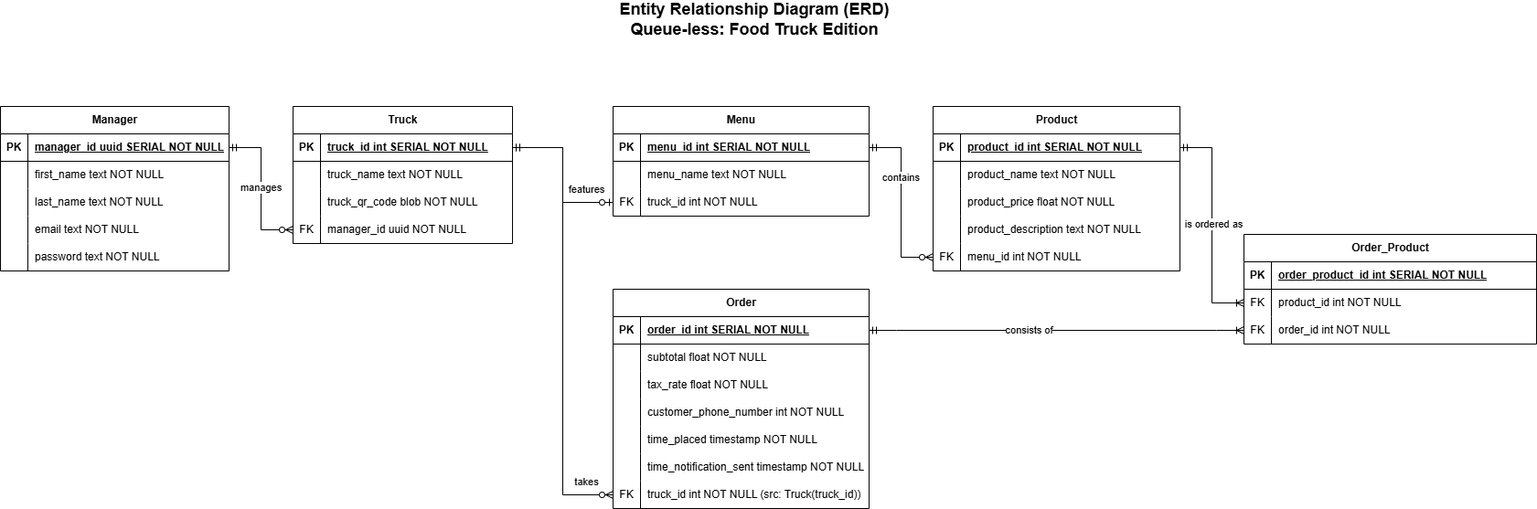
MasonKrause7/qless-host keeps this draw.io diagram as qless/documentation/ERD.png. Above is the earlier version. Source tidied: cells renumbered, new cells last; positions are measured from the earlier drawing's top-left corner, leaving out a move shared by most shapes.
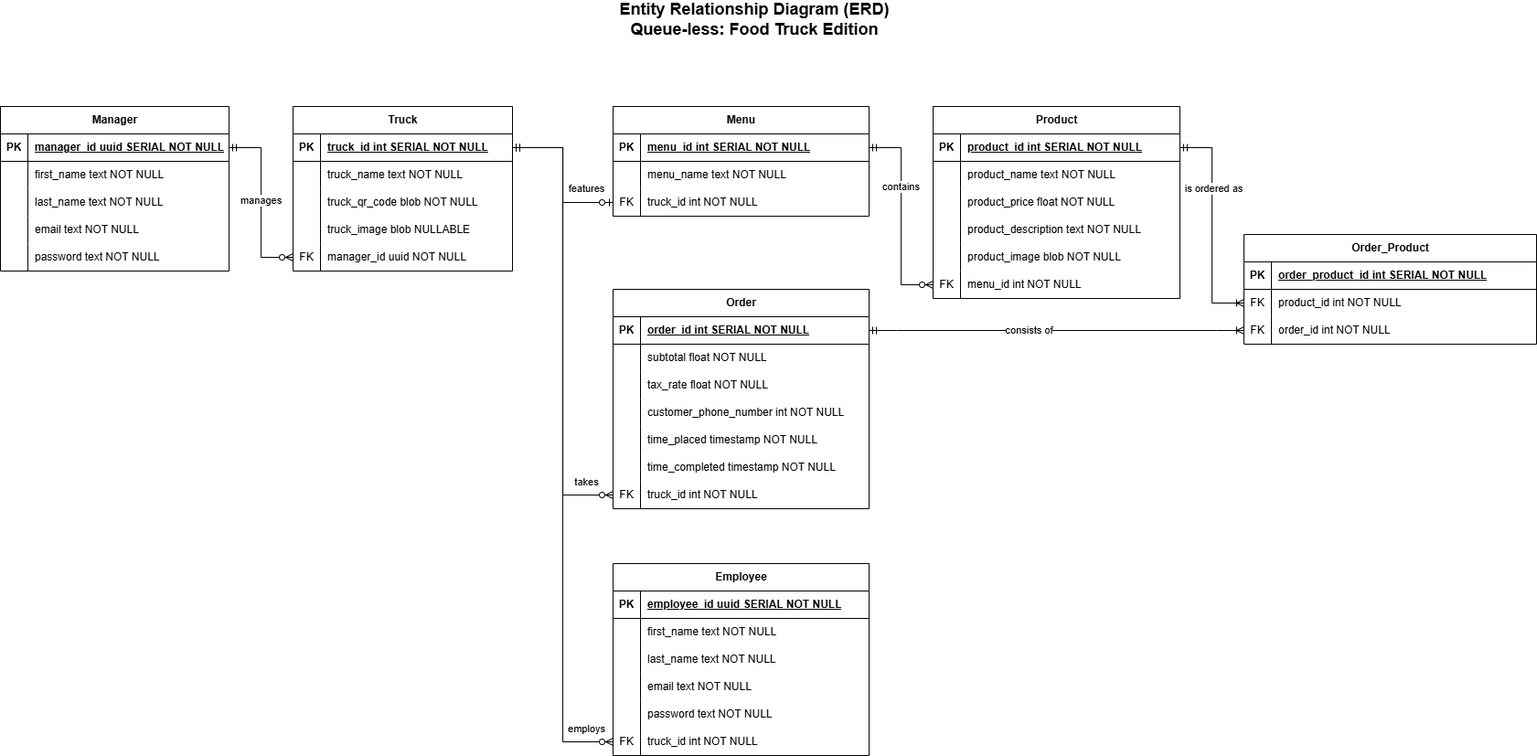
After the commit.

Change to the diagram source:
```diff
@@ -3,7 +3,7 @@
     <mxCell id="0" />
     <mxCell id="1" parent="0" />
     <mxCell id="2" value="Truck" style="shape=table;startSize=30;rowLines=0;fontStyle=1;align=center;html=1;" parent="1" vertex="1">
-      <mxGeometry x="320" y="110" width="240" height="150" as="geometry" />
+      <mxGeometry x="320" y="110" width="240" height="180" as="geometry" />
     </mxCell>
     <mxCell id="3" style="shape=tableRow;horizontal=0;startSize=0;swimlaneHead=0;swimlaneBody=0;fillColor=none;points=[[0,0.5],[1,0.5]];portConstraint=eastwest;top=0;left=0;right=0;bottom=1;" parent="2" vertex="1">
       <mxGeometry y="30" width="240" height="30" as="geometry" />
@@ -35,12 +35,21 @@
     <mxCell id="12" style="shape=tableRow;horizontal=0;startSize=0;swimlaneHead=0;swimlaneBody=0;fillColor=none;points=[[0,0.5],[1,0.5]];portConstraint=eastwest;top=0;left=0;right=0;bottom=0;" parent="2" vertex="1">
       <mxGeometry y="120" width="240" height="30" as="geometry" />
     </mxCell>
-    <mxCell id="13" value="FK" style="shape=partialRectangle;fillColor=none;top=0;left=0;bottom=0;right=0;overflow=hidden;whiteSpace=wrap;html=1;" parent="12" vertex="1">
+    <mxCell id="13" style="shape=partialRectangle;fillColor=none;top=0;left=0;bottom=0;right=0;overflow=hidden;whiteSpace=wrap;html=1;" parent="12" vertex="1">
       <mxGeometry width="30" height="30" as="geometry" />
     </mxCell>
-    <mxCell id="14" value="manager_id uuid NOT NULL" style="shape=partialRectangle;fillColor=none;top=0;left=0;bottom=0;right=0;align=left;spacingLeft=6;overflow=hidden;whiteSpace=wrap;html=1;" parent="12" vertex="1">
+    <mxCell id="14" value="truck_image blob NULLABLE" style="shape=partialRectangle;fillColor=none;top=0;left=0;bottom=0;right=0;align=left;spacingLeft=6;overflow=hidden;whiteSpace=wrap;html=1;" parent="12" vertex="1">
       <mxGeometry x="30" width="210" height="30" as="geometry" />
     </mxCell>
+    <mxCell id="102" style="shape=tableRow;horizontal=0;startSize=0;swimlaneHead=0;swimlaneBody=0;fillColor=none;points=[[0,0.5],[1,0.5]];portConstraint=eastwest;top=0;left=0;right=0;bottom=0;" parent="2" vertex="1">
+      <mxGeometry y="150" width="240" height="30" as="geometry" />
+    </mxCell>
+    <mxCell id="103" value="FK" style="shape=partialRectangle;fillColor=none;top=0;left=0;bottom=0;right=0;overflow=hidden;whiteSpace=wrap;html=1;" parent="102" vertex="1">
+      <mxGeometry width="30" height="30" as="geometry" />
+    </mxCell>
+    <mxCell id="104" value="manager_id uuid NOT NULL" style="shape=partialRectangle;fillColor=none;top=0;left=0;bottom=0;right=0;align=left;spacingLeft=6;overflow=hidden;whiteSpace=wrap;html=1;" parent="102" vertex="1">
+      <mxGeometry x="30" width="210" height="30" as="geometry" />
+    </mxCell>
     <mxCell id="15" value="Manager" style="shape=table;startSize=30;rowLines=0;fontStyle=1;align=center;html=1;" parent="1" vertex="1">
       <mxGeometry y="110" width="250" height="180" as="geometry" />
     </mxCell>
@@ -173,7 +182,7 @@
     <mxCell id="58" style="shape=partialRectangle;fillColor=none;top=0;left=0;bottom=0;right=0;overflow=hidden;whiteSpace=wrap;html=1;" parent="57" vertex="1">
       <mxGeometry width="30" height="30" as="geometry" />
     </mxCell>
-    <mxCell id="59" value="time_notification_sent timestamp NOT NULL" style="shape=partialRectangle;fillColor=none;top=0;left=0;bottom=0;right=0;align=left;spacingLeft=6;overflow=hidden;whiteSpace=wrap;html=1;" parent="57" vertex="1">
+    <mxCell id="59" value="time_completed timestamp NOT NULL" style="shape=partialRectangle;fillColor=none;top=0;left=0;bottom=0;right=0;align=left;spacingLeft=6;overflow=hidden;whiteSpace=wrap;html=1;" parent="57" vertex="1">
       <mxGeometry x="30" width="250" height="30" as="geometry" />
     </mxCell>
     <mxCell id="60" style="shape=tableRow;horizontal=0;startSize=0;swimlaneHead=0;swimlaneBody=0;fillColor=none;points=[[0,0.5],[1,0.5]];portConstraint=eastwest;top=0;left=0;right=0;bottom=0;" parent="41" vertex="1">
@@ -182,11 +191,11 @@
     <mxCell id="61" value="FK" style="shape=partialRectangle;fillColor=none;top=0;left=0;bottom=0;right=0;overflow=hidden;whiteSpace=wrap;html=1;" parent="60" vertex="1">
       <mxGeometry width="30" height="30" as="geometry" />
     </mxCell>
-    <mxCell id="62" value="truck_id int NOT NULL (src: Truck(truck_id))" style="shape=partialRectangle;fillColor=none;top=0;left=0;bottom=0;right=0;align=left;spacingLeft=6;overflow=hidden;whiteSpace=wrap;html=1;" parent="60" vertex="1">
+    <mxCell id="62" value="truck_id int NOT NULL&amp;nbsp;" style="shape=partialRectangle;fillColor=none;top=0;left=0;bottom=0;right=0;align=left;spacingLeft=6;overflow=hidden;whiteSpace=wrap;html=1;" parent="60" vertex="1">
       <mxGeometry x="30" width="250" height="30" as="geometry" />
     </mxCell>
     <mxCell id="63" value="Product" style="shape=table;startSize=30;rowLines=0;fontStyle=1;align=center;html=1;" parent="1" vertex="1">
-      <mxGeometry x="1020" y="110" width="270" height="180" as="geometry" />
+      <mxGeometry x="1020" y="110" width="270" height="210" as="geometry" />
     </mxCell>
     <mxCell id="64" style="shape=tableRow;horizontal=0;startSize=0;swimlaneHead=0;swimlaneBody=0;fillColor=none;points=[[0,0.5],[1,0.5]];portConstraint=eastwest;top=0;left=0;right=0;bottom=1;" parent="63" vertex="1">
       <mxGeometry y="30" width="270" height="30" as="geometry" />
@@ -227,12 +236,21 @@
     <mxCell id="76" style="shape=tableRow;horizontal=0;startSize=0;swimlaneHead=0;swimlaneBody=0;fillColor=none;points=[[0,0.5],[1,0.5]];portConstraint=eastwest;top=0;left=0;right=0;bottom=0;" parent="63" vertex="1">
       <mxGeometry y="150" width="270" height="30" as="geometry" />
     </mxCell>
-    <mxCell id="77" value="FK" style="shape=partialRectangle;fillColor=none;top=0;left=0;bottom=0;right=0;overflow=hidden;whiteSpace=wrap;html=1;" parent="76" vertex="1">
+    <mxCell id="77" style="shape=partialRectangle;fillColor=none;top=0;left=0;bottom=0;right=0;overflow=hidden;whiteSpace=wrap;html=1;" parent="76" vertex="1">
       <mxGeometry width="30" height="30" as="geometry" />
     </mxCell>
-    <mxCell id="78" value="menu_id int NOT NULL" style="shape=partialRectangle;fillColor=none;top=0;left=0;bottom=0;right=0;align=left;spacingLeft=6;overflow=hidden;whiteSpace=wrap;html=1;" parent="76" vertex="1">
+    <mxCell id="78" value="product_image blob NOT NULL" style="shape=partialRectangle;fillColor=none;top=0;left=0;bottom=0;right=0;align=left;spacingLeft=6;overflow=hidden;whiteSpace=wrap;html=1;" parent="76" vertex="1">
       <mxGeometry x="30" width="240" height="30" as="geometry" />
     </mxCell>
+    <mxCell id="105" style="shape=tableRow;horizontal=0;startSize=0;swimlaneHead=0;swimlaneBody=0;fillColor=none;points=[[0,0.5],[1,0.5]];portConstraint=eastwest;top=0;left=0;right=0;bottom=0;" parent="63" vertex="1">
+      <mxGeometry y="180" width="270" height="30" as="geometry" />
+    </mxCell>
+    <mxCell id="106" value="FK" style="shape=partialRectangle;fillColor=none;top=0;left=0;bottom=0;right=0;overflow=hidden;whiteSpace=wrap;html=1;" parent="105" vertex="1">
+      <mxGeometry width="30" height="30" as="geometry" />
+    </mxCell>
+    <mxCell id="107" value="menu_id int NOT NULL" style="shape=partialRectangle;fillColor=none;top=0;left=0;bottom=0;right=0;align=left;spacingLeft=6;overflow=hidden;whiteSpace=wrap;html=1;" parent="105" vertex="1">
+      <mxGeometry x="30" width="240" height="30" as="geometry" />
+    </mxCell>
     <mxCell id="79" value="Order_Product" style="shape=table;startSize=30;rowLines=0;fontStyle=1;align=center;html=1;" parent="1" vertex="1">
       <mxGeometry x="1360" y="250" width="320" height="120" as="geometry" />
     </mxCell>
@@ -271,7 +289,7 @@
         <mxPoint x="26" y="27" as="offset" />
       </mxGeometry>
     </mxCell>
-    <mxCell id="91" style="edgeStyle=orthogonalEdgeStyle;fontSize=12;html=1;endArrow=ERzeroToMany;startArrow=ERmandOne;rounded=0;exitX=1;exitY=0.5;exitDx=0;exitDy=0;entryX=0;entryY=0.5;entryDx=0;entryDy=0;" parent="1" edge="1" source="32" target="76">
+    <mxCell id="91" style="edgeStyle=orthogonalEdgeStyle;fontSize=12;html=1;endArrow=ERzeroToMany;startArrow=ERmandOne;rounded=0;exitX=1;exitY=0.5;exitDx=0;exitDy=0;entryX=0;entryY=0.5;entryDx=0;entryDy=0;" parent="1" edge="1" source="32" target="105">
       <mxGeometry relative="1" as="geometry" />
     </mxCell>
     <mxCell id="92" value="contains" style="edgeLabel;html=1;align=center;verticalAlign=middle;" parent="91" vertex="1">
@@ -296,10 +314,10 @@
     </mxCell>
     <mxCell id="98" value="is ordered as" style="edgeLabel;html=1;align=center;verticalAlign=middle;" parent="97" vertex="1">
       <mxGeometry x="-0.13" y="1" relative="1" as="geometry">
-        <mxPoint y="14" as="offset" />
+        <mxPoint y="-25" as="offset" />
       </mxGeometry>
     </mxCell>
-    <mxCell id="99" style="edgeStyle=orthogonalEdgeStyle;fontSize=12;html=1;endArrow=ERzeroToMany;startArrow=ERmandOne;rounded=0;exitX=1;exitY=0.5;exitDx=0;exitDy=0;entryX=0;entryY=0.5;entryDx=0;entryDy=0;" parent="1" edge="1" source="16" target="12">
+    <mxCell id="99" style="edgeStyle=orthogonalEdgeStyle;fontSize=12;html=1;endArrow=ERzeroToMany;startArrow=ERmandOne;rounded=0;exitX=1;exitY=0.5;exitDx=0;exitDy=0;entryX=0;entryY=0.5;entryDx=0;entryDy=0;" parent="1" edge="1" source="16" target="102">
       <mxGeometry relative="1" as="geometry" />
     </mxCell>
     <mxCell id="100" value="manages" style="edgeLabel;html=1;align=center;verticalAlign=middle;" parent="99" vertex="1">
@@ -308,5 +326,70 @@
     <mxCell id="101" value="&lt;font style=&quot;font-size: 18px;&quot;&gt;&lt;b&gt;Entity Relationship Diagram (ERD)&lt;br&gt;Queue-less: Food Truck Edition&lt;/b&gt;&lt;/font&gt;" style="text;html=1;align=center;verticalAlign=middle;whiteSpace=wrap;rounded=0;" parent="1" vertex="1">
       <mxGeometry x="510" width="630" height="30" as="geometry" />
     </mxCell>
+    <mxCell id="108" value="Employee" style="shape=table;startSize=30;rowLines=0;fontStyle=1;align=center;html=1;" parent="1" vertex="1">
+      <mxGeometry x="670" y="610" width="280" height="210" as="geometry" />
+    </mxCell>
+    <mxCell id="109" style="shape=tableRow;horizontal=0;startSize=0;swimlaneHead=0;swimlaneBody=0;fillColor=none;top=0;left=0;right=0;bottom=1;" parent="108" vertex="1">
+      <mxGeometry y="30" width="280" height="30" as="geometry" />
+    </mxCell>
+    <mxCell id="110" value="PK" style="shape=partialRectangle;fillColor=none;top=0;left=0;bottom=0;right=0;fontStyle=1;overflow=hidden;whiteSpace=wrap;html=1;" parent="109" vertex="1">
+      <mxGeometry width="30" height="30" as="geometry" />
+    </mxCell>
+    <mxCell id="111" value="employee_id uuid SERIAL NOT NULL" style="shape=partialRectangle;fillColor=none;top=0;left=0;bottom=0;right=0;align=left;spacingLeft=6;fontStyle=5;overflow=hidden;whiteSpace=wrap;html=1;" parent="109" vertex="1">
+      <mxGeometry x="30" width="250" height="30" as="geometry" />
+    </mxCell>
+    <mxCell id="112" style="shape=tableRow;horizontal=0;startSize=0;swimlaneHead=0;swimlaneBody=0;fillColor=none;top=0;left=0;right=0;bottom=0;" parent="108" vertex="1">
+      <mxGeometry y="60" width="280" height="30" as="geometry" />
+    </mxCell>
+    <mxCell id="113" style="shape=partialRectangle;fillColor=none;top=0;left=0;bottom=0;right=0;overflow=hidden;whiteSpace=wrap;html=1;" parent="112" vertex="1">
+      <mxGeometry width="30" height="30" as="geometry" />
+    </mxCell>
+    <mxCell id="114" value="first_name text NOT NULL" style="shape=partialRectangle;fillColor=none;top=0;left=0;bottom=0;right=0;align=left;spacingLeft=6;overflow=hidden;whiteSpace=wrap;html=1;" parent="112" vertex="1">
+      <mxGeometry x="30" width="250" height="30" as="geometry" />
+    </mxCell>
+    <mxCell id="115" style="shape=tableRow;horizontal=0;startSize=0;swimlaneHead=0;swimlaneBody=0;fillColor=none;top=0;left=0;right=0;bottom=0;" parent="108" vertex="1">
+      <mxGeometry y="90" width="280" height="30" as="geometry" />
+    </mxCell>
+    <mxCell id="116" style="shape=partialRectangle;fillColor=none;top=0;left=0;bottom=0;right=0;overflow=hidden;whiteSpace=wrap;html=1;" parent="115" vertex="1">
+      <mxGeometry width="30" height="30" as="geometry" />
+    </mxCell>
+    <mxCell id="117" value="last_name text NOT NULL" style="shape=partialRectangle;fillColor=none;top=0;left=0;bottom=0;right=0;align=left;spacingLeft=6;overflow=hidden;whiteSpace=wrap;html=1;" parent="115" vertex="1">
+      <mxGeometry x="30" width="250" height="30" as="geometry" />
+    </mxCell>
+    <mxCell id="118" style="shape=tableRow;horizontal=0;startSize=0;swimlaneHead=0;swimlaneBody=0;fillColor=none;top=0;left=0;right=0;bottom=0;" parent="108" vertex="1">
+      <mxGeometry y="120" width="280" height="30" as="geometry" />
+    </mxCell>
+    <mxCell id="119" style="shape=partialRectangle;fillColor=none;top=0;left=0;bottom=0;right=0;overflow=hidden;whiteSpace=wrap;html=1;" parent="118" vertex="1">
+      <mxGeometry width="30" height="30" as="geometry" />
+    </mxCell>
+    <mxCell id="120" value="email text NOT NULL" style="shape=partialRectangle;fillColor=none;top=0;left=0;bottom=0;right=0;align=left;spacingLeft=6;overflow=hidden;whiteSpace=wrap;html=1;" parent="118" vertex="1">
+      <mxGeometry x="30" width="250" height="30" as="geometry" />
+    </mxCell>
+    <mxCell id="121" style="shape=tableRow;horizontal=0;startSize=0;swimlaneHead=0;swimlaneBody=0;fillColor=none;top=0;left=0;right=0;bottom=0;" parent="108" vertex="1">
+      <mxGeometry y="150" width="280" height="30" as="geometry" />
+    </mxCell>
+    <mxCell id="122" style="shape=partialRectangle;fillColor=none;top=0;left=0;bottom=0;right=0;overflow=hidden;whiteSpace=wrap;html=1;" parent="121" vertex="1">
+      <mxGeometry width="30" height="30" as="geometry" />
+    </mxCell>
+    <mxCell id="123" value="password text NOT NULL" style="shape=partialRectangle;fillColor=none;top=0;left=0;bottom=0;right=0;align=left;spacingLeft=6;overflow=hidden;whiteSpace=wrap;html=1;" parent="121" vertex="1">
+      <mxGeometry x="30" width="250" height="30" as="geometry" />
+    </mxCell>
+    <mxCell id="124" style="shape=tableRow;horizontal=0;startSize=0;swimlaneHead=0;swimlaneBody=0;fillColor=none;points=[[0,0.5],[1,0.5]];portConstraint=eastwest;top=0;left=0;right=0;bottom=0;" parent="108" vertex="1">
+      <mxGeometry y="180" width="280" height="30" as="geometry" />
+    </mxCell>
+    <mxCell id="125" value="FK" style="shape=partialRectangle;fillColor=none;top=0;left=0;bottom=0;right=0;overflow=hidden;whiteSpace=wrap;html=1;" parent="124" vertex="1">
+      <mxGeometry width="30" height="30" as="geometry" />
+    </mxCell>
+    <mxCell id="126" value="truck_id int NOT NULL" style="shape=partialRectangle;fillColor=none;top=0;left=0;bottom=0;right=0;align=left;spacingLeft=6;overflow=hidden;whiteSpace=wrap;html=1;" parent="124" vertex="1">
+      <mxGeometry x="30" width="250" height="30" as="geometry" />
+    </mxCell>
+    <mxCell id="127" style="edgeStyle=orthogonalEdgeStyle;fontSize=12;html=1;endArrow=ERzeroToMany;startArrow=ERmandOne;rounded=0;exitX=1;exitY=0.5;exitDx=0;exitDy=0;entryX=0;entryY=0.5;entryDx=0;entryDy=0;" parent="1" edge="1" source="3" target="124">
+      <mxGeometry relative="1" as="geometry" />
+    </mxCell>
+    <mxCell id="128" value="employs" style="edgeLabel;html=1;align=center;verticalAlign=middle;" parent="127" vertex="1">
+      <mxGeometry x="0.74" y="4" relative="1" as="geometry">
+        <mxPoint x="21" y="29" as="offset" />
+      </mxGeometry>
+    </mxCell>
   </root>
 </mxGraphModel>
```
